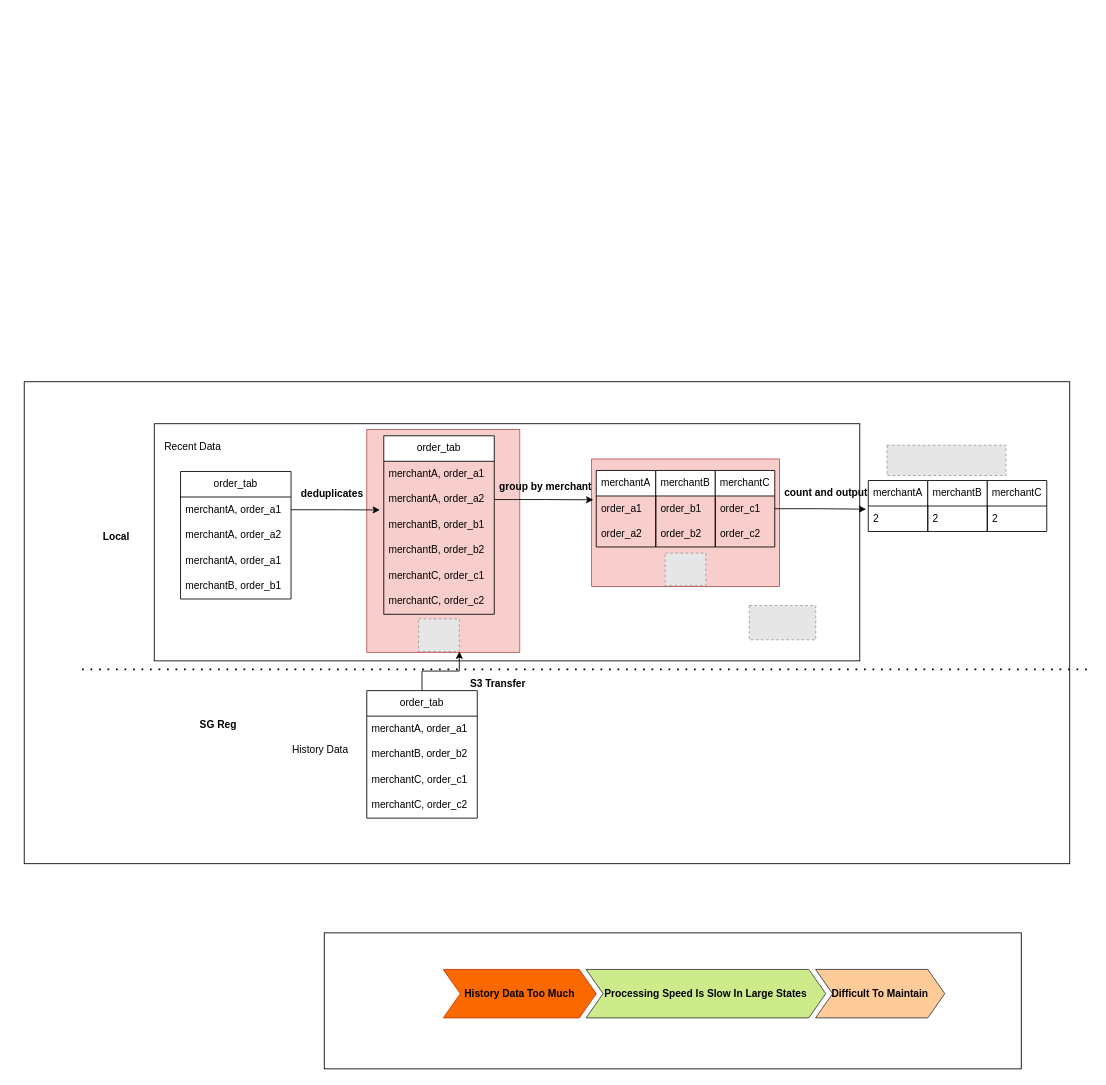
LadyTao/flink-study keeps this draw.io diagram as 最终版本.drawio. Above is the earlier version. Source tidied: cells renumbered, new cells numbered last; positions are measured from the earlier drawing's top-left corner, leaving out a move shared by most shapes. Both pictures are drawn from the tidied source at 85%, with x=0, y=0 at pixel (24, 382). Pictures stored in the file or linked from it are replaced by grey dashed boxes.
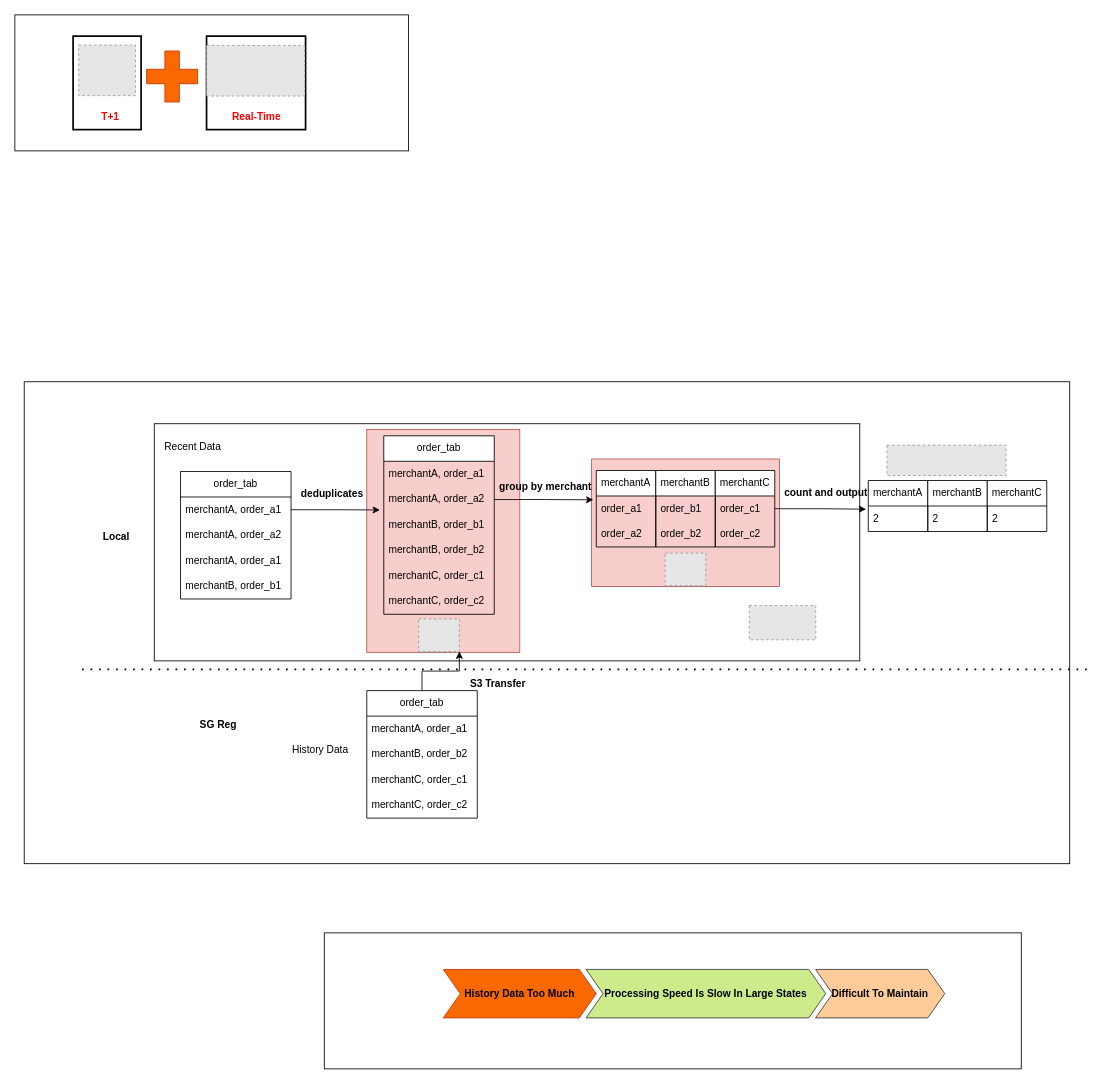
The same page after the edit.

Commit message (it also covers changes not shown here):
更新最终版本.drawio

The edit, as a diff of the source:
```diff
@@
+    <mxCell id="60" style="rounded=0;whiteSpace=wrap;html=1;" parent="1" vertex="1">
+      <mxGeometry x="-11" y="-432" width="463" height="160" as="geometry" />
+    </mxCell>
+    <mxCell id="61" style="rounded=0;whiteSpace=wrap;html=1;strokeWidth=2;" parent="1" vertex="1">
+      <mxGeometry x="214.5" y="-407" width="116.5" height="110" as="geometry" />
+    </mxCell>
+    <mxCell id="62" style="rounded=0;whiteSpace=wrap;html=1;strokeWidth=2;" parent="1" vertex="1">
+      <mxGeometry x="57.5" y="-407" width="80" height="110" as="geometry" />
+    </mxCell>
@@
+    <mxCell id="63" style="fillColor=#E6E6E6;strokeColor=#999999;dashed=1;verticalLabelPosition=bottom;labelBackgroundColor=default;verticalAlign=top;" parent="1" vertex="1">
+      <mxGeometry x="64.1" y="-396.5" width="66.8" height="59.5" as="geometry" />
+    </mxCell>
+    <mxCell id="64" style="fillColor=#E6E6E6;strokeColor=#999999;dashed=1;verticalLabelPosition=bottom;labelBackgroundColor=default;verticalAlign=top;" parent="1" vertex="1">
+      <mxGeometry x="214.5" y="-396" width="115.5" height="59.5" as="geometry" />
+    </mxCell>
+    <mxCell id="65" style="shape=cross;whiteSpace=wrap;html=1;size=0.2833333333333333;fillColor=#fa6800;strokeColor=#C73500;fontColor=#000000;" parent="1" vertex="1">
+      <mxGeometry x="144" y="-389.5" width="60" height="60" as="geometry" />
+    </mxCell>
+    <mxCell id="66" value="&lt;b&gt;&lt;font color=&quot;#ff0000&quot;&gt;T+1&lt;/font&gt;&lt;/b&gt;" style="text;html=1;align=center;verticalAlign=middle;strokeColor=none;fillColor=none;" parent="1" vertex="1">
+      <mxGeometry x="81" y="-327" width="40" height="30" as="geometry" />
+    </mxCell>
+    <mxCell id="67" value="&lt;b&gt;&lt;font color=&quot;#ff0000&quot;&gt;Real-Time&lt;/font&gt;&lt;/b&gt;" style="text;html=1;align=center;verticalAlign=middle;strokeColor=none;fillColor=none;" parent="1" vertex="1">
+      <mxGeometry x="232.8" y="-327" width="80" height="30" as="geometry" />
+    </mxCell>
```
